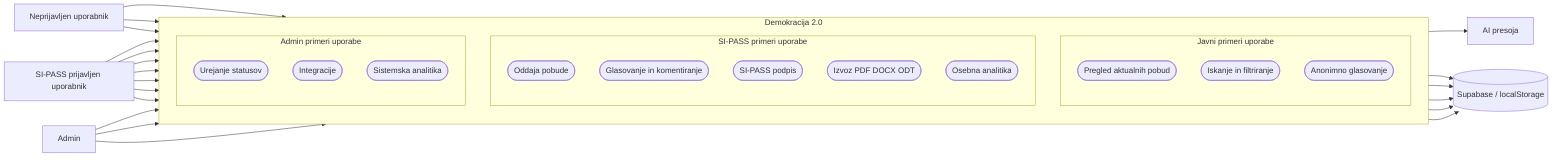
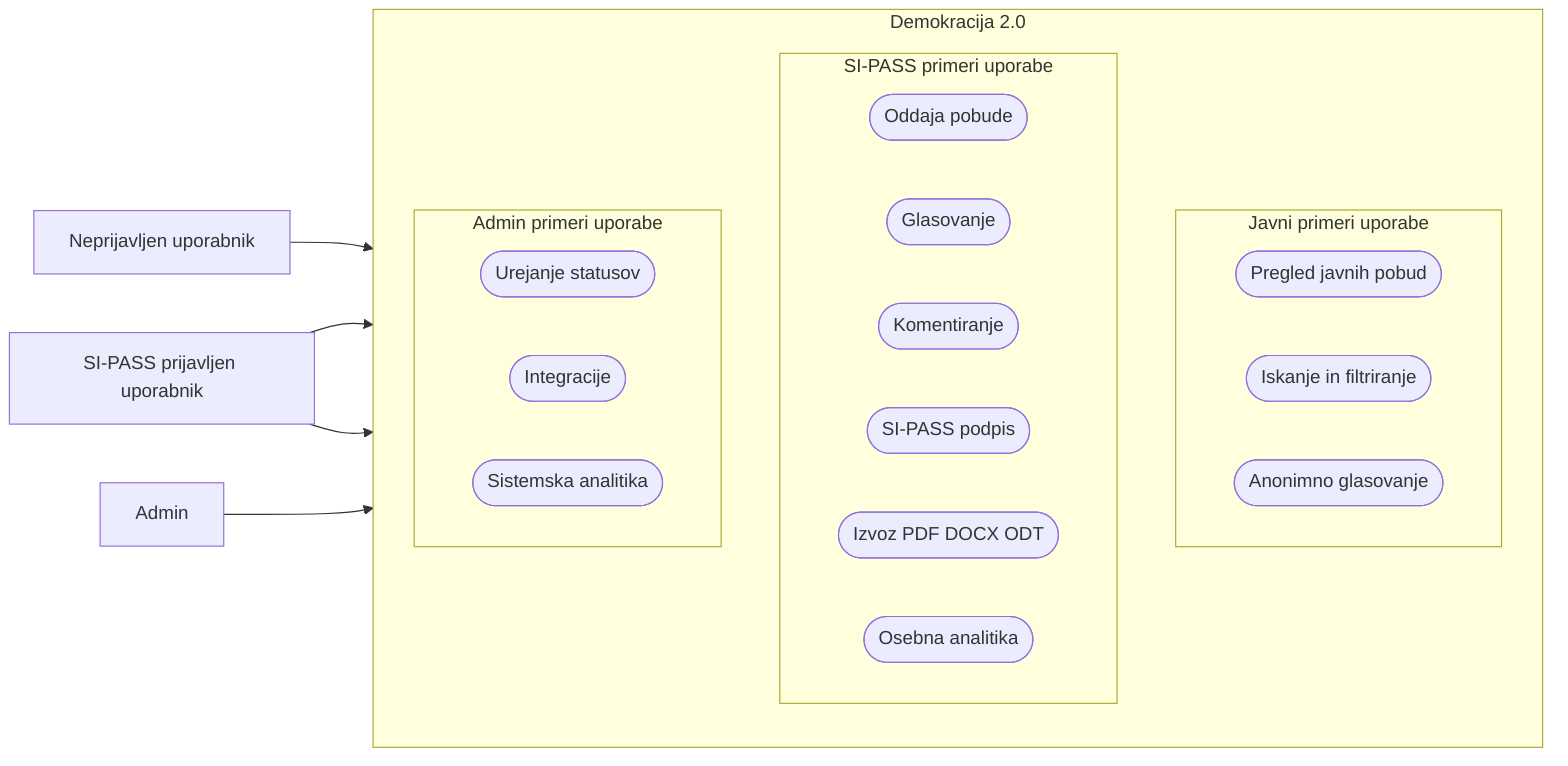
flowchart LR
  Anonymous[Neprijavljen uporabnik]
  Sipass[SI-PASS prijavljen uporabnik]
  Admin[Admin]

  subgraph App[Demokracija 2.0]
    direction TB

    subgraph PublicCases[Javni primeri uporabe]
-       direction TB
-       PublicList([Pregled aktualnih pobud])
+       direction LR
+       PublicList([Pregled javnih pobud])
      Search([Iskanje in filtriranje])
      AnonymousVote([Anonimno glasovanje])
    end

    subgraph SipassCases[SI-PASS primeri uporabe]
-       direction TB
+       direction LR
      Submit([Oddaja pobude])
-       VoteComment([Glasovanje in komentiranje])
+       Vote([Glasovanje])
+       Comment([Komentiranje])
      SipassSign([SI-PASS podpis])
      ExportDocs([Izvoz PDF DOCX ODT])
      UserAnalytics([Osebna analitika])
    end

    subgraph AdminCases[Admin primeri uporabe]
-       direction TB
+       direction LR
      StatusAdmin([Urejanje statusov])
      Integrations([Integracije])
      SystemAnalytics([Sistemska analitika])
    end
  end

-   AI[AI presoja]
-   Database[(Supabase / localStorage)]
- 
-   Anonymous --> PublicList
-   Anonymous --> Search
-   Anonymous --> AnonymousVote
- 
-   Sipass --> PublicList
-   Sipass --> Search
-   Sipass --> Submit
-   Sipass --> VoteComment
-   Sipass --> SipassSign
-   Sipass --> ExportDocs
-   Sipass --> UserAnalytics
- 
-   Admin --> StatusAdmin
-   Admin --> Integrations
-   Admin --> SystemAnalytics
- 
-   Submit --> AI
-   Submit --> Database
-   AnonymousVote --> Database
-   VoteComment --> Database
-   SipassSign --> Database
-   StatusAdmin --> Database
+   Anonymous --> PublicCases
+   Sipass --> PublicCases
+   Sipass --> SipassCases
+   Admin --> AdminCases
